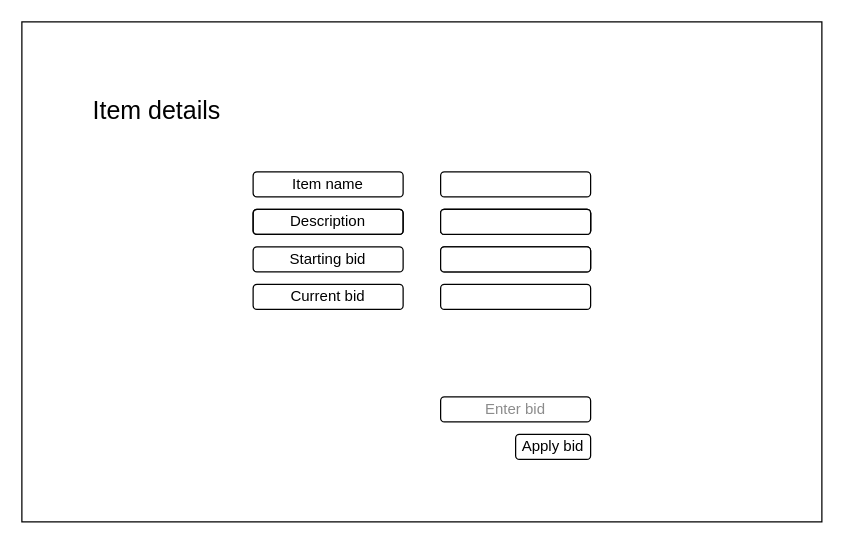
Above: ItemDetails_page.drawio in malshan1998/draw.io (draw.io), before the change. Source tidied: cells renumbered, new cells numbered last; positions are measured from the earlier drawing's top-left corner, leaving out a move shared by most shapes. Both pictures are drawn from the tidied source at 125%, with x=0, y=0 at pixel (21, 21).
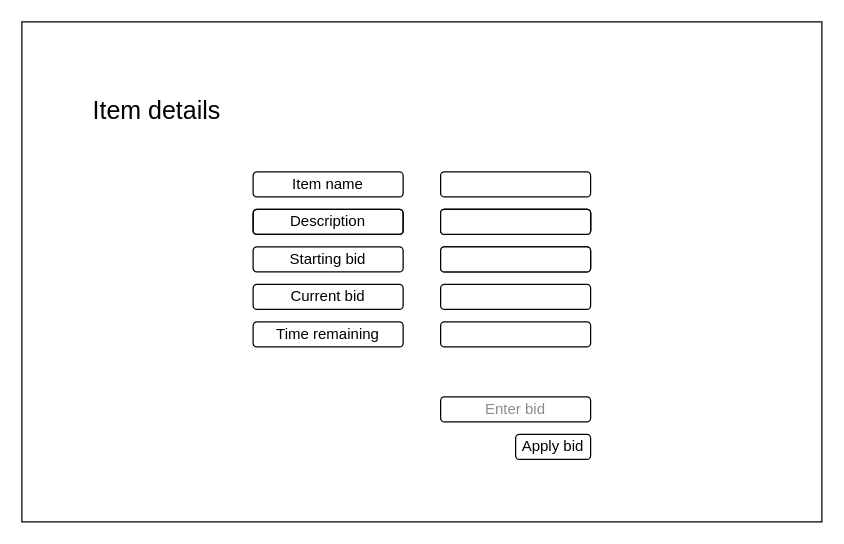
After the change.

Diff of the diagram source:
```diff
@@
 <mxGraphModel>
   <root>
     <mxCell id="0" />
     <mxCell id="1" parent="0" />
     <mxCell id="2" style="rounded=0;whiteSpace=wrap;html=1;fillColor=none;" parent="1" vertex="1">
       <mxGeometry width="640" height="400" as="geometry" />
     </mxCell>
     <mxCell id="3" style="rounded=1;whiteSpace=wrap;html=1;" parent="1" vertex="1">
       <mxGeometry x="335" y="120" width="120" height="20" as="geometry" />
     </mxCell>
     <mxCell id="4" style="rounded=1;whiteSpace=wrap;html=1;align=left;" parent="1" vertex="1">
       <mxGeometry x="335" y="150" width="120" height="20" as="geometry" />
     </mxCell>
     <mxCell id="5" style="rounded=1;whiteSpace=wrap;html=1;align=left;" parent="1" vertex="1">
       <mxGeometry x="335" y="180" width="120" height="20" as="geometry" />
     </mxCell>
     <mxCell id="6" value="Item details" style="rounded=0;whiteSpace=wrap;html=1;fillColor=none;strokeColor=none;fontSize=20;align=left;" parent="1" vertex="1">
       <mxGeometry x="55" y="40" width="190" height="60" as="geometry" />
     </mxCell>
     <mxCell id="7" style="rounded=1;whiteSpace=wrap;html=1;fillColor=none;" parent="1" vertex="1">
       <mxGeometry x="185" y="150" width="120" height="20" as="geometry" />
     </mxCell>
     <mxCell id="8" value="Starting bid" style="rounded=1;whiteSpace=wrap;html=1;fillColor=none;" parent="1" vertex="1">
       <mxGeometry x="185" y="180" width="120" height="20" as="geometry" />
     </mxCell>
     <mxCell id="9" value="Item name" style="rounded=1;whiteSpace=wrap;html=1;fillColor=none;" parent="1" vertex="1">
       <mxGeometry x="185" y="120" width="120" height="20" as="geometry" />
     </mxCell>
     <mxCell id="10" value="Description" style="rounded=1;whiteSpace=wrap;html=1;fillColor=none;" parent="1" vertex="1">
       <mxGeometry x="185" y="150" width="120" height="20" as="geometry" />
     </mxCell>
     <mxCell id="11" style="rounded=1;whiteSpace=wrap;html=1;align=left;" parent="1" vertex="1">
       <mxGeometry x="335" y="150" width="120" height="20" as="geometry" />
     </mxCell>
     <mxCell id="12" style="rounded=1;whiteSpace=wrap;html=1;align=left;" parent="1" vertex="1">
       <mxGeometry x="335" y="180" width="120" height="20" as="geometry" />
     </mxCell>
     <mxCell id="13" style="rounded=1;whiteSpace=wrap;html=1;align=left;" parent="1" vertex="1">
       <mxGeometry x="335" y="150" width="120" height="20" as="geometry" />
     </mxCell>
     <mxCell id="14" value="Enter bid" style="rounded=1;whiteSpace=wrap;html=1;fillColor=none;fontColor=#8C8C8C;" parent="1" vertex="1">
       <mxGeometry x="335" y="300" width="120" height="20" as="geometry" />
     </mxCell>
     <mxCell id="15" value="Current bid" style="rounded=1;whiteSpace=wrap;html=1;fillColor=none;" parent="1" vertex="1">
       <mxGeometry x="185" y="210" width="120" height="20" as="geometry" />
     </mxCell>
     <mxCell id="16" style="rounded=1;whiteSpace=wrap;html=1;align=left;" parent="1" vertex="1">
       <mxGeometry x="335" y="210" width="120" height="20" as="geometry" />
     </mxCell>
     <mxCell id="17" value="Apply bid" style="rounded=1;whiteSpace=wrap;html=1;fillColor=none;" parent="1" vertex="1">
       <mxGeometry x="395" y="330" width="60" height="20" as="geometry" />
     </mxCell>
+    <mxCell id="18" value="Time remaining" style="rounded=1;whiteSpace=wrap;html=1;fillColor=none;" parent="1" vertex="1">
+      <mxGeometry x="185" y="240" width="120" height="20" as="geometry" />
+    </mxCell>
+    <mxCell id="19" style="rounded=1;whiteSpace=wrap;html=1;align=left;" parent="1" vertex="1">
+      <mxGeometry x="335" y="240" width="120" height="20" as="geometry" />
+    </mxCell>
   </root>
 </mxGraphModel>
```
